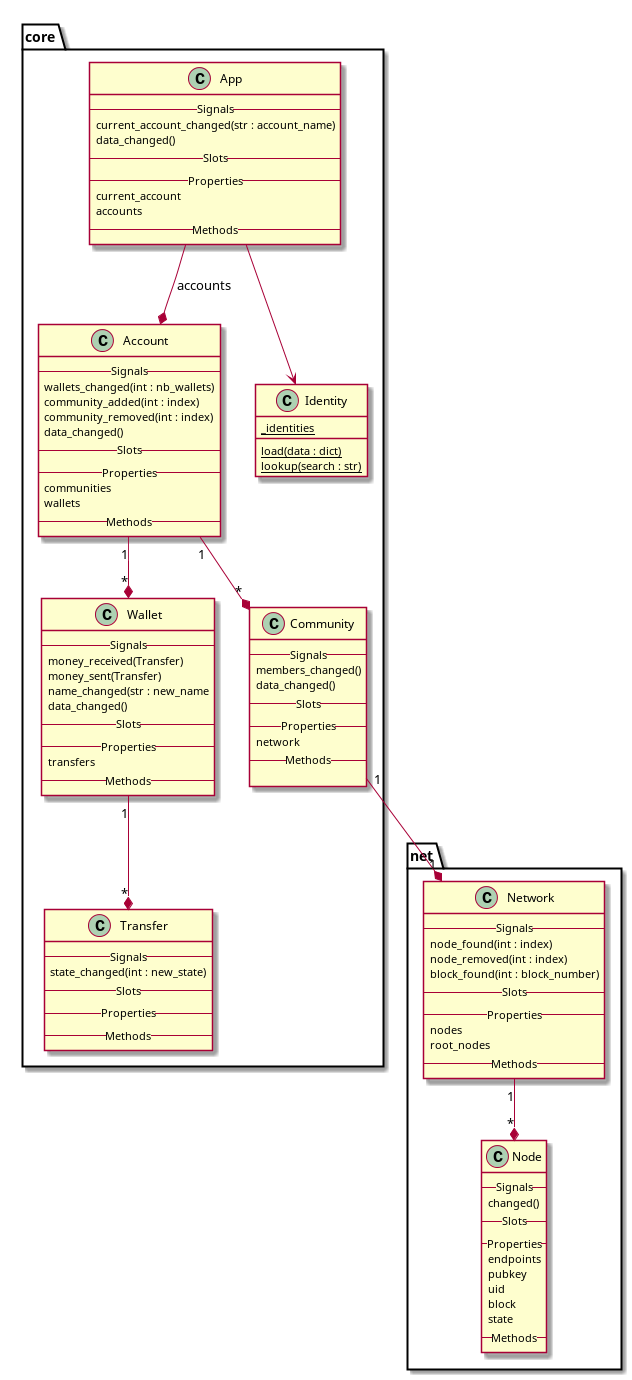
The PlantUML diagram doc/uml/core-classes.png in duniter/sakia, before a commit.
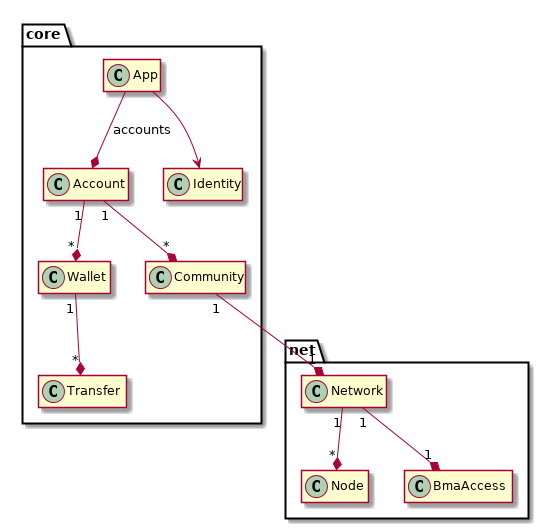
After the change.

Change to the diagram source:
```diff
@@ -1,4 +1,7 @@
 @startuml
+
+hide fields
+hide methods
 
 package core {
 	class App {
@@ -97,5 +100,9 @@
 	-- Methods --
 	}
 
+	Network "1" --* "1" BmaAccess
+
+	class BmaAccess {
+	}
 }
 @enduml
```
